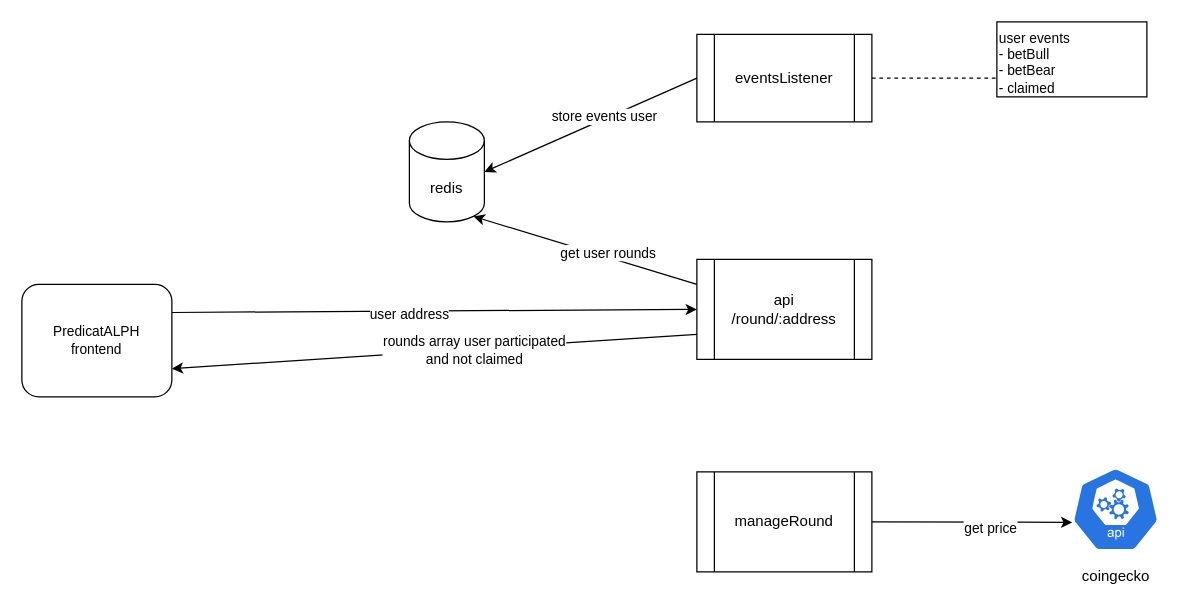
notrustverify/predictalph-contracts keeps this draw.io diagram as page "Page-1" (1 of 5) of docs/diagram.drawio. Above is the earlier version. Source tidied: cells renumbered, new cells numbered last; positions are measured from the earlier drawing's top-left corner, leaving out a move shared by most shapes. Both pictures are drawn from the tidied source at 125%, with x=0, y=0 at pixel (21, 21).
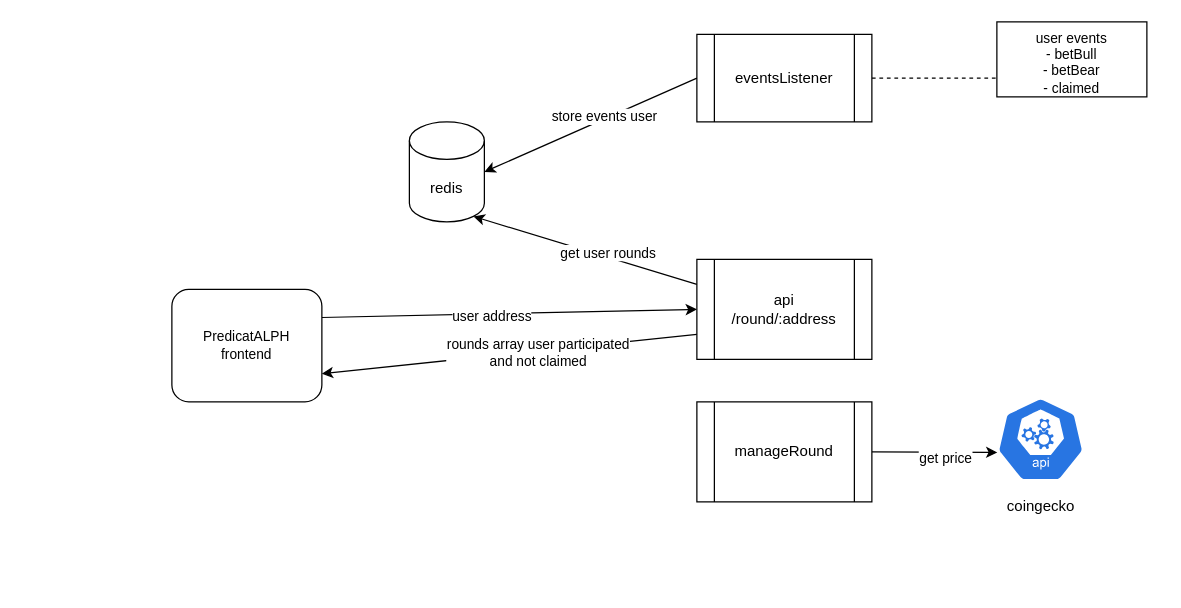
After the change.

Change to the diagram source:
```diff
@@
     <mxCell id="6" value="manageRound" style="shape=process;whiteSpace=wrap;html=1;backgroundOutline=1;" parent="1" vertex="1">
-      <mxGeometry x="540" y="360" width="140" height="80" as="geometry" />
+      <mxGeometry x="540" y="304" width="140" height="80" as="geometry" />
     </mxCell>
@@
     <mxCell id="15" value="coingecko" style="sketch=0;html=1;dashed=0;whitespace=wrap;fillColor=#2875E2;strokeColor=#ffffff;points=[[0.005,0.63,0],[0.1,0.2,0],[0.9,0.2,0],[0.5,0,0],[0.995,0.63,0],[0.72,0.99,0],[0.5,1,0],[0.28,0.99,0]];verticalLabelPosition=bottom;align=center;verticalAlign=top;shape=mxgraph.kubernetes.icon;prIcon=api;" parent="1" vertex="1">
-      <mxGeometry x="840" y="350" width="70" height="80" as="geometry" />
+      <mxGeometry x="780" y="294" width="70" height="80" as="geometry" />
     </mxCell>
@@
     <mxCell id="18" value="PredicatALPH&lt;br&gt;frontend" style="rounded=1;whiteSpace=wrap;html=1;labelBackgroundColor=none;fontFamily=Helvetica;fontSize=11;" parent="1" vertex="1">
-      <mxGeometry y="210" width="120" height="90" as="geometry" />
+      <mxGeometry x="120" y="214" width="120" height="90" as="geometry" />
     </mxCell>
-    <mxCell id="19" value="user events&lt;br&gt;- betBull&lt;br&gt;- betBear&lt;br&gt;- claimed" style="rounded=0;whiteSpace=wrap;html=1;labelBackgroundColor=none;fontFamily=Helvetica;fontSize=11;align=left;verticalAlign=top;" parent="1" vertex="1">
+    <mxCell id="19" value="user events&lt;br&gt;- betBull&lt;br&gt;- betBear&lt;br&gt;- claimed" style="rounded=0;whiteSpace=wrap;html=1;labelBackgroundColor=none;fontFamily=Helvetica;fontSize=11;align=center;verticalAlign=top;" parent="1" vertex="1">
       <mxGeometry x="780" width="120" height="60" as="geometry" />
     </mxCell>
```
